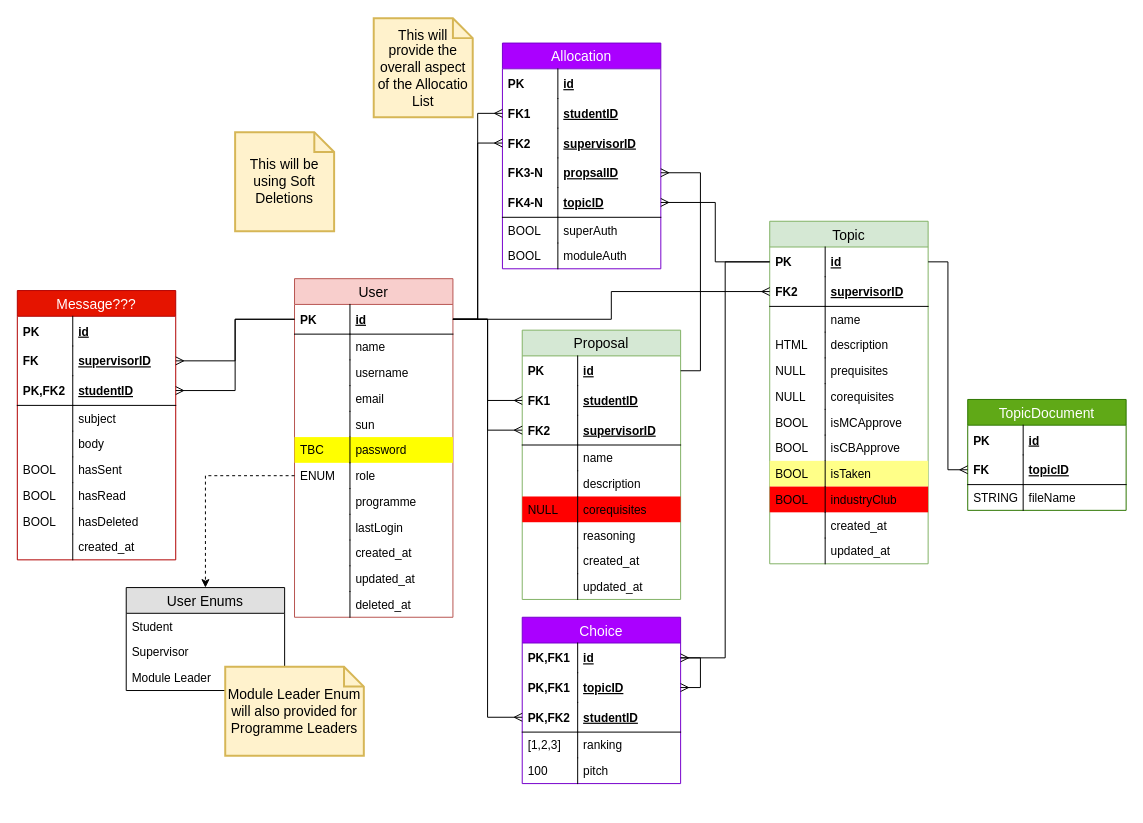
kkgm13/fypallocsys keeps this draw.io diagram as DB Diagram.drawio. Above is the earlier version. Source tidied: cells renumbered, new cells numbered last; positions are measured from the earlier drawing's top-left corner, leaving out a move shared by most shapes. Both pictures are drawn from the tidied source at 99%, with x=0, y=0 at pixel (17, 18).
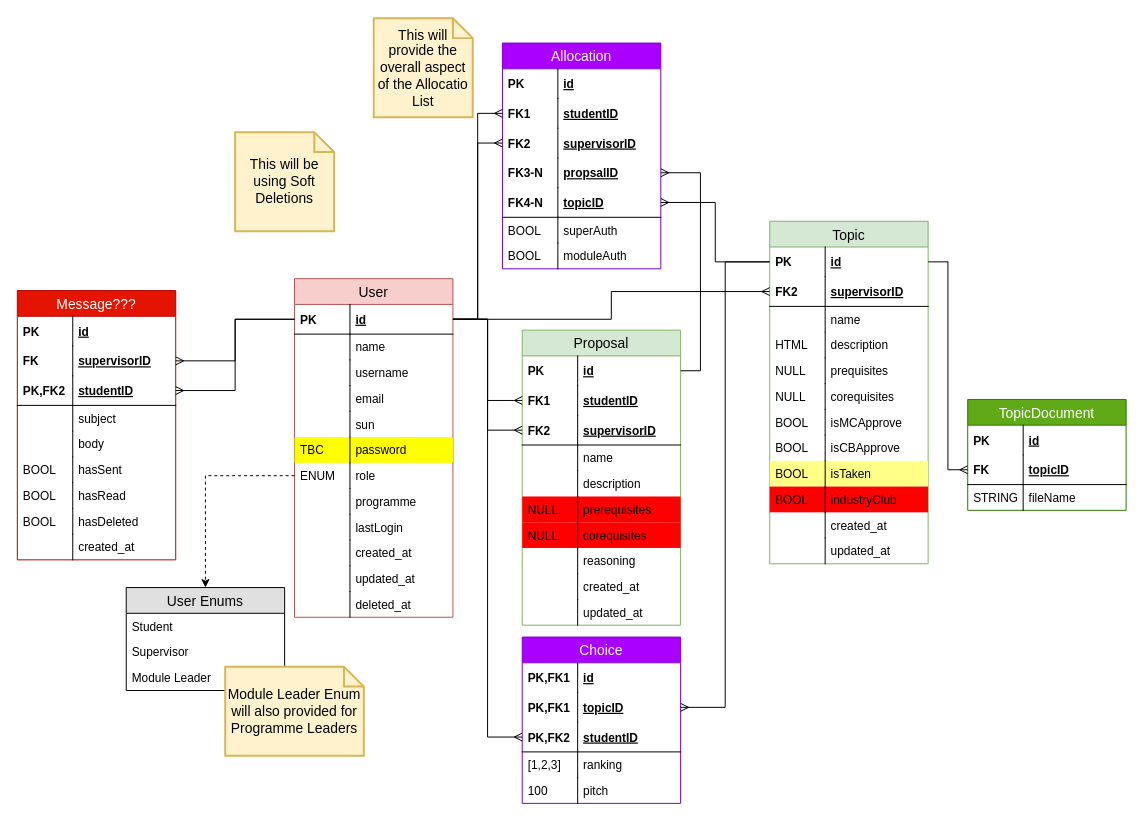
Above is the later version.

The change refers to these unchanged cells:
```xml
<mxCell id="28" value="id" style="shape=partialRectangle;top=0;left=0;right=0;bottom=0;align=left;verticalAlign=middle;fillColor=none;spacingLeft=60;spacingRight=4;overflow=hidden;points=[[0,0.5],[1,0.5]];portConstraint=eastwest;fontStyle=5;fontSize=12;" parent="27" vertex="1">
  <mxGeometry y="26" width="160" height="30" as="geometry" />
</mxCell>
<mxCell id="129" value="id" style="shape=partialRectangle;top=0;left=0;right=0;bottom=0;align=left;verticalAlign=middle;fillColor=none;spacingLeft=60;spacingRight=4;overflow=hidden;points=[[0,0.5],[1,0.5]];portConstraint=eastwest;fontStyle=5;fontSize=12;" parent="127" vertex="1">
  <mxGeometry y="26" width="160" height="30" as="geometry" />
</mxCell>
<mxCell id="131" value="topicID" style="shape=partialRectangle;top=0;left=0;right=0;bottom=0;align=left;verticalAlign=middle;fillColor=none;spacingLeft=60;spacingRight=4;overflow=hidden;points=[[0,0.5],[1,0.5]];portConstraint=eastwest;fontStyle=5;fontSize=12;" parent="127" vertex="1">
  <mxGeometry y="56" width="160" height="30" as="geometry" />
</mxCell>
```

Diff of the diagram source:
```diff
@@
     <mxCell id="70" value="Proposal" style="swimlane;fontStyle=0;horizontal=1;startSize=26;fillColor=#d5e8d4;swimlaneFillColor=#ffffff;align=center;fontSize=14;strokeColor=#82b366;" parent="1" vertex="1">
-      <mxGeometry x="510" y="315" width="160" height="272" as="geometry" />
+      <mxGeometry x="510" y="315" width="160" height="298" as="geometry" />
     </mxCell>
@@
-    <mxCell id="81" value="corequisites" style="shape=partialRectangle;top=0;left=0;right=0;bottom=0;align=left;verticalAlign=top;fillColor=#FF0000;spacingLeft=60;spacingRight=4;overflow=hidden;fontSize=12;" parent="70" vertex="1">
+    <mxCell id="81" value="prerequisites" style="shape=partialRectangle;top=0;left=0;right=0;bottom=0;align=left;verticalAlign=top;fillColor=#FF0000;spacingLeft=60;spacingRight=4;overflow=hidden;fontSize=12;" parent="70" vertex="1">
       <mxGeometry y="168" width="160" height="26" as="geometry" />
     </mxCell>
@@
+    <mxCell id="144" value="corequisites" style="shape=partialRectangle;top=0;left=0;right=0;bottom=0;align=left;verticalAlign=top;fillColor=#FF0000;spacingLeft=60;spacingRight=4;overflow=hidden;fontSize=12;" parent="70" vertex="1">
+      <mxGeometry y="194" width="160" height="26" as="geometry" />
+    </mxCell>
+    <mxCell id="145" value="NULL" style="shape=partialRectangle;top=0;left=0;bottom=0;fillColor=none;align=left;verticalAlign=top;spacingLeft=4;spacingRight=4;overflow=hidden;fontSize=12;" parent="144" vertex="1">
+      <mxGeometry width="56" height="26" as="geometry" />
+    </mxCell>
     <mxCell id="83" value="reasoning" style="shape=partialRectangle;top=0;left=0;right=0;bottom=0;align=left;verticalAlign=top;fillColor=none;spacingLeft=60;spacingRight=4;overflow=hidden;fontSize=12;" parent="70" vertex="1">
-      <mxGeometry y="194" width="160" height="26" as="geometry" />
+      <mxGeometry y="220" width="160" height="26" as="geometry" />
     </mxCell>
@@
     <mxCell id="85" value="created_at" style="shape=partialRectangle;top=0;left=0;right=0;bottom=0;align=left;verticalAlign=top;fillColor=none;spacingLeft=60;spacingRight=4;overflow=hidden;fontSize=12;" parent="70" vertex="1">
-      <mxGeometry y="220" width="160" height="26" as="geometry" />
+      <mxGeometry y="246" width="160" height="26" as="geometry" />
     </mxCell>
@@
     <mxCell id="87" value="updated_at" style="shape=partialRectangle;top=0;left=0;right=0;bottom=0;align=left;verticalAlign=top;fillColor=none;spacingLeft=60;spacingRight=4;overflow=hidden;fontSize=12;" parent="70" vertex="1">
-      <mxGeometry y="246" width="160" height="26" as="geometry" />
+      <mxGeometry y="272" width="160" height="26" as="geometry" />
     </mxCell>
@@
     <mxCell id="127" value="Choice" style="swimlane;fontStyle=0;horizontal=1;startSize=26;fillColor=#aa00ff;swimlaneFillColor=#ffffff;align=center;fontSize=14;strokeColor=#7700CC;fontColor=#ffffff;" parent="1" vertex="1">
-      <mxGeometry x="510" y="605" width="160" height="168" as="geometry" />
+      <mxGeometry x="510" y="625" width="160" height="168" as="geometry" />
     </mxCell>
-    <mxCell id="128" style="edgeStyle=orthogonalEdgeStyle;rounded=0;jettySize=auto;html=1;exitX=1;exitY=0.5;exitDx=0;exitDy=0;endArrow=ERmany;endFill=0;" parent="127" edge="1" source="129" target="131">
-      <mxGeometry relative="1" as="geometry" />
-    </mxCell>
@@
-    <mxCell id="140" style="edgeStyle=orthogonalEdgeStyle;rounded=0;jettySize=auto;html=1;exitX=0;exitY=0.5;exitDx=0;exitDy=0;entryX=1;entryY=0.5;entryDx=0;entryDy=0;endArrow=ERmany;endFill=0;" parent="1" edge="1" source="28" target="129">
+    <mxCell id="140" style="edgeStyle=orthogonalEdgeStyle;rounded=0;jettySize=auto;html=1;exitX=0;exitY=0.5;exitDx=0;exitDy=0;entryX=1;entryY=0.5;entryDx=0;entryDy=0;endArrow=ERmany;endFill=0;" parent="1" edge="1" source="28" target="131">
       <mxGeometry relative="1" as="geometry" />
     </mxCell>
```
